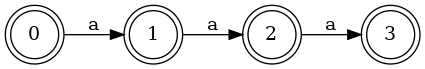
Above: dfa_output.png in x6x4/LAB2_URGENCY (Graphviz), before the change. Its source is kept beside it as dfa_output.dot.
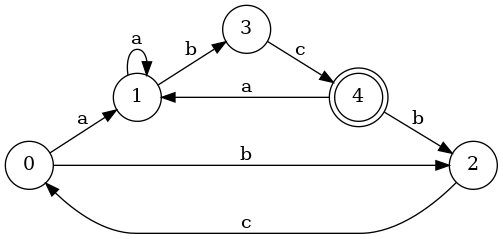
The same diagram one commit later.

The edit, as a diff of the source:
```diff
@@ -2,10 +2,12 @@
 rankdir="LR"
 node [shape=circle];
 0 -> 1 [label="a"];
-1 -> 2 [label="a"];
-2 -> 3 [label="a"];
-0[label="0"shape=doublecircle];
-1[label="1"shape=doublecircle];
-2[label="2"shape=doublecircle];
-3[label="3"shape=doublecircle];
+0 -> 2 [label="b"];
+1 -> 1 [label="a"];
+1 -> 3 [label="b"];
+2 -> 0 [label="c"];
+3 -> 4 [label="c"];
+4 -> 1 [label="a"];
+4 -> 2 [label="b"];
+4[label="4"shape=doublecircle];
 }
```
